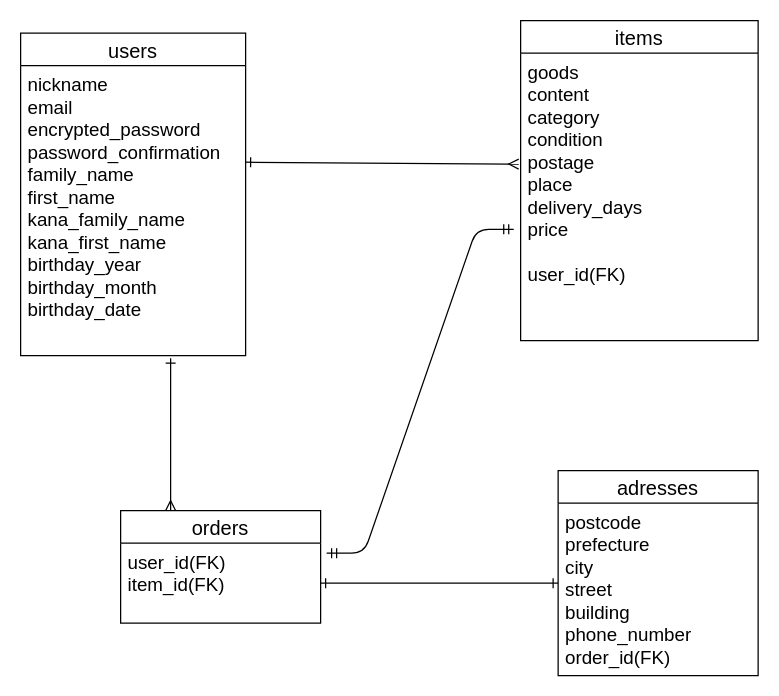
The draw.io diagram er.dio in snocoh/furima-38972, before the edit. Source tidied: cells renumbered, new cells numbered last; positions are measured from the earlier drawing's top-left corner, leaving out a move shared by most shapes. Both pictures are drawn from the tidied source at 125%, with x=0, y=0 at pixel (20, 20).
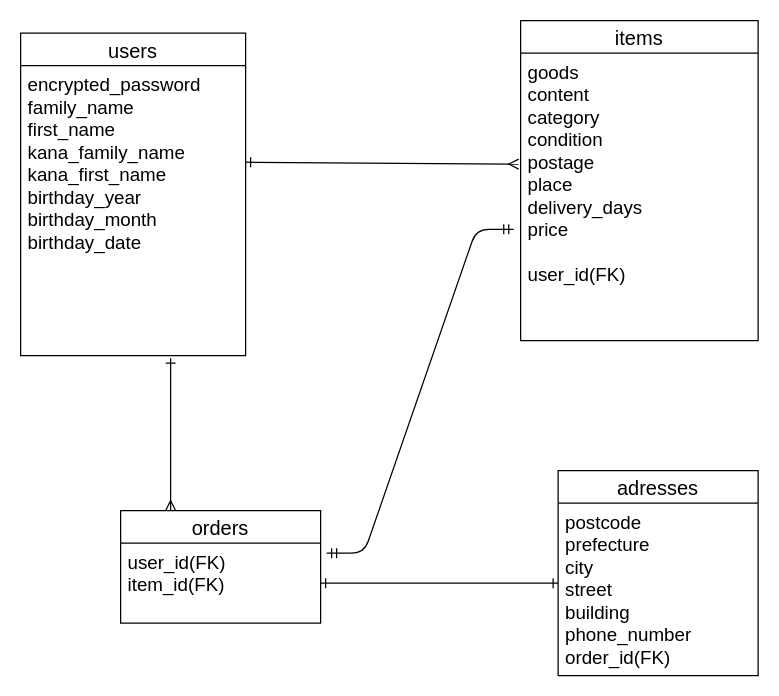
Above is the later version.

Commit message (it also covers changes not shown here):
usersテーブル修正

What changed in the source:
```diff
@@
 <mxGraphModel>
   <root>
     <mxCell id="0" />
     <mxCell id="1" parent="0" />
     <mxCell id="2" value="users" style="swimlane;fontStyle=0;horizontal=1;startSize=26;align=center;fontSize=16;" parent="1" vertex="1">
       <mxGeometry y="10" width="180" height="258" as="geometry" />
     </mxCell>
     <mxCell id="3" value="items" style="swimlane;fontStyle=0;horizontal=1;startSize=26;align=center;fontSize=16;" parent="1" vertex="1">
       <mxGeometry x="400" width="190" height="256" as="geometry" />
     </mxCell>
     <mxCell id="4" value="goods&#10;content&#10;category&#10;condition&#10;postage&#10;place&#10;delivery_days&#10;price&#10;&#10;user_id(FK)&#10;" style="text;strokeColor=none;fillColor=none;spacingLeft=4;spacingRight=4;overflow=hidden;points=[[0,0.5],[1,0.5]];portConstraint=eastwest;fontSize=15;" parent="3" vertex="1">
       <mxGeometry y="26" width="190" height="230" as="geometry" />
     </mxCell>
     <mxCell id="5" value="orders" style="swimlane;fontStyle=0;horizontal=1;startSize=26;align=center;fontSize=16;" parent="1" vertex="1">
       <mxGeometry x="80" y="392" width="160" height="90" as="geometry" />
     </mxCell>
     <mxCell id="6" value="user_id(FK)&#10;item_id(FK)" style="text;strokeColor=none;fillColor=none;spacingLeft=4;spacingRight=4;overflow=hidden;points=[[0,0.5],[1,0.5]];portConstraint=eastwest;fontSize=15;" parent="5" vertex="1">
       <mxGeometry y="26" width="160" height="64" as="geometry" />
     </mxCell>
     <mxCell id="7" value="adresses" style="swimlane;fontStyle=0;horizontal=1;startSize=26;align=center;fontSize=16;" parent="1" vertex="1">
       <mxGeometry x="430" y="360" width="160" height="164" as="geometry" />
     </mxCell>
     <mxCell id="8" value="postcode&#10;prefecture&#10;city&#10;street&#10;building&#10;phone_number&#10;order_id(FK)" style="text;strokeColor=none;fillColor=none;spacingLeft=4;spacingRight=4;overflow=hidden;fontSize=15;" parent="7" vertex="1">
       <mxGeometry y="26" width="160" height="138" as="geometry" />
     </mxCell>
-    <mxCell id="9" value="nickname&#10;email&#10;encrypted_password&#10;password_confirmation&#10;family_name&#10;first_name&#10;kana_family_name&#10;kana_first_name&#10;birthday_year&#10;birthday_month&#10;birthday_date" style="text;strokeColor=none;fillColor=none;spacingLeft=4;spacingRight=4;overflow=hidden;points=[[0,0.5],[1,0.5]];portConstraint=eastwest;fontSize=15;" parent="1" vertex="1">
+    <mxCell id="9" value="encrypted_password&#10;family_name&#10;first_name&#10;kana_family_name&#10;kana_first_name&#10;birthday_year&#10;birthday_month&#10;birthday_date" style="text;strokeColor=none;fillColor=none;spacingLeft=4;spacingRight=4;overflow=hidden;points=[[0,0.5],[1,0.5]];portConstraint=eastwest;fontSize=15;" parent="1" vertex="1">
       <mxGeometry y="36" width="180" height="232" as="geometry" />
     </mxCell>
     <mxCell id="10" style="edgeStyle=entityRelationEdgeStyle;fontSize=12;html=1;endArrow=ERmandOne;startArrow=ERmandOne;entryX=-0.029;entryY=0.613;entryDx=0;entryDy=0;entryPerimeter=0;exitX=1.03;exitY=0.125;exitDx=0;exitDy=0;exitPerimeter=0;" parent="1" edge="1" source="6" target="4">
       <mxGeometry relative="1" as="geometry" />
     </mxCell>
     <mxCell id="11" style="endArrow=ERone;html=1;rounded=0;startArrow=ERmany;startFill=0;exitX=0.25;exitY=0;exitDx=0;exitDy=0;endFill=0;" parent="1" edge="1" source="5">
       <mxGeometry relative="1" as="geometry">
         <mxPoint x="120" y="270" as="targetPoint" />
       </mxGeometry>
     </mxCell>
     <mxCell id="12" style="endArrow=ERmany;html=1;rounded=0;entryX=-0.008;entryY=0.386;entryDx=0;entryDy=0;entryPerimeter=0;endFill=0;exitX=1;exitY=0.333;exitDx=0;exitDy=0;exitPerimeter=0;startArrow=ERone;startFill=0;" parent="1" edge="1" source="9" target="4">
       <mxGeometry relative="1" as="geometry" />
     </mxCell>
     <mxCell id="13" style="endArrow=ERone;html=1;rounded=0;startArrow=ERone;startFill=0;endFill=0;" parent="1" edge="1">
       <mxGeometry relative="1" as="geometry">
         <mxPoint x="240" y="450" as="sourcePoint" />
         <mxPoint x="430" y="450" as="targetPoint" />
       </mxGeometry>
     </mxCell>
   </root>
 </mxGraphModel>
```
